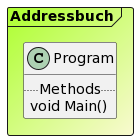
Before: YouML_image.png, a diagram exported from PlantUML (dab-ib/Addressbuch). Its diagram source:
```plantuml
@startuml

Frame Addressbuch #GreenYellow/LightGoldenRodYellow{
class Program {
.. Methods ..
void Main()
}
}
@enduml
```
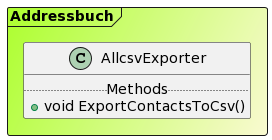
The same file after the commit.

Change to the diagram source:
```diff
@@ -1,9 +1,9 @@
 @startuml
 
 Frame Addressbuch #GreenYellow/LightGoldenRodYellow{
-class Program {
+class AllcsvExporter {
 .. Methods ..
-void Main()
++void ExportContactsToCsv()
 }
 }
 @enduml
```
